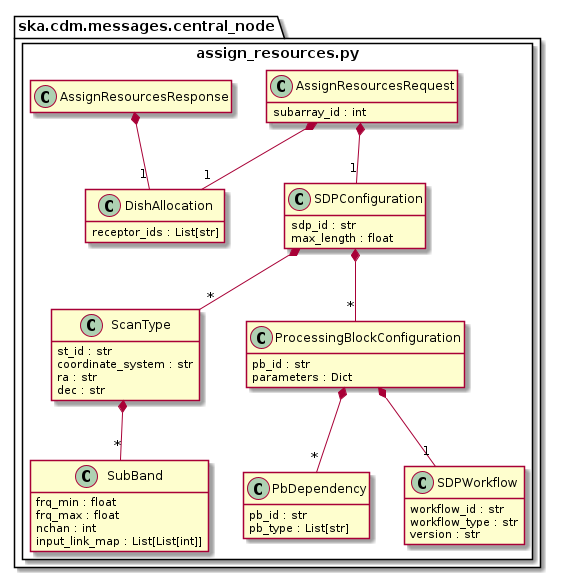
This is docs/src/developer/centralnode/assignresources.png from ska-telescope/cdm-shared-library, a PlantUML export, as it was before one commit.
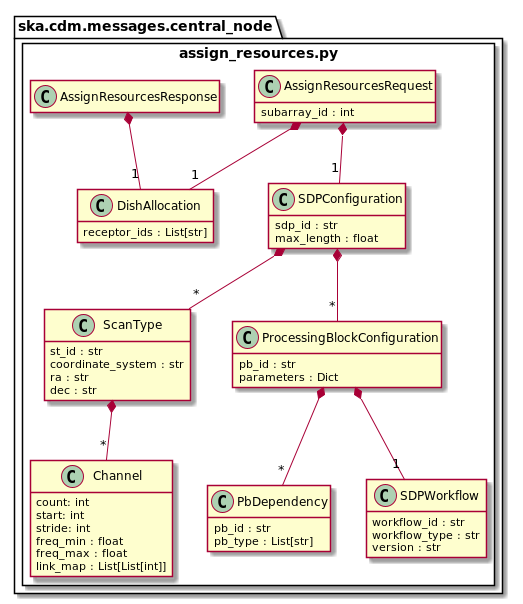
Later version of the same file.

Commit message:
Add changes to AssignResources diagram

Change to the diagram source:
```diff
@@ -7,11 +7,13 @@
 			receptor_ids : List[str]
 		}
 
-        class SubBand {
-            frq_min : float
-            frq_max : float
-            nchan : int
-            input_link_map : List[List[int]]
+        class Channel {
+            count: int
+            start: int
+            stride: int
+            freq_min : float
+            freq_max : float
+            link_map : List[List[int]]
         }
 
         class ScanType {
@@ -20,7 +22,7 @@
             ra : str
             dec : str
         }
-        ScanType *-- "*" SubBand
+        ScanType *-- "*" Channel
 
         class PbDependency {
             pb_id : str
```
